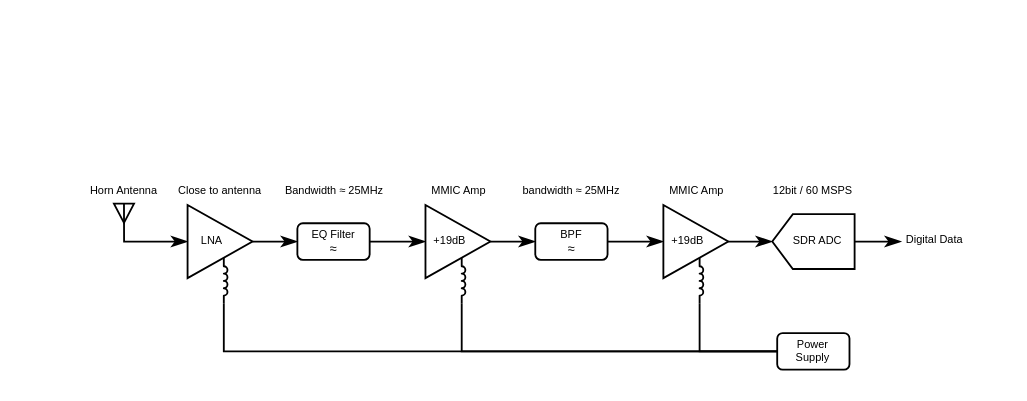
This is diagrams/rf-block-diagram.drawio from frihamnstorget-space-observatory/radio-telescope, a draw.io file, before an edit. Source tidied: cells renumbered, new cells numbered last; positions are measured from the earlier drawing's top-left corner, leaving out a move shared by most shapes. Both pictures are drawn from the tidied source at 183%, with x=0, y=0 at pixel (84, 181).
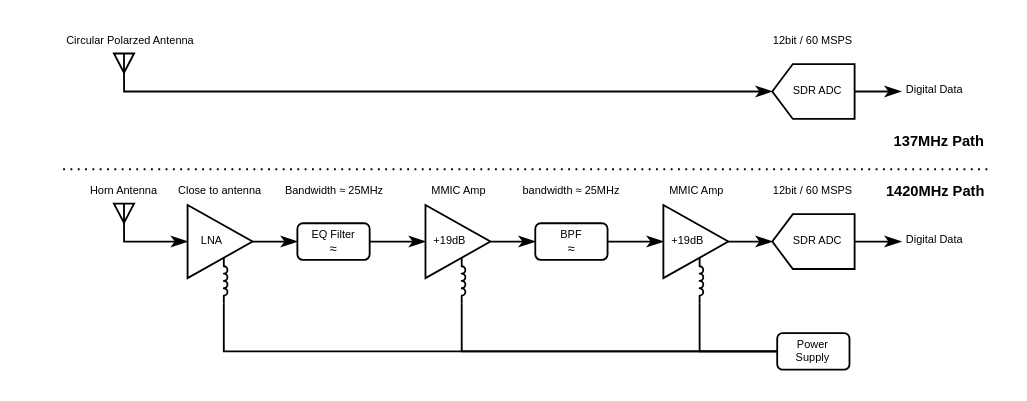
After the change.

Diff of the diagram source:
```diff
@@
+    <mxCell id="31" value="1420MHz Path" style="text;strokeColor=none;fillColor=none;align=center;verticalAlign=middle;whiteSpace=wrap;rounded=0;fontSize=8;fontStyle=1;" parent="1" vertex="1">
+      <mxGeometry x="435.5" width="57.5" height="10" as="geometry" />
+    </mxCell>
+    <mxCell id="32" style="endArrow=none;dashed=1;html=1;dashPattern=1 3;strokeWidth=1;fontSize=8;" parent="1" edge="1">
+      <mxGeometry relative="1" as="geometry">
+        <mxPoint x="-12" y="-7" as="sourcePoint" />
+        <mxPoint x="496" y="-7" as="targetPoint" />
+      </mxGeometry>
+    </mxCell>
+    <mxCell id="33" value="137MHz Path" style="text;strokeColor=none;fillColor=none;align=center;verticalAlign=middle;whiteSpace=wrap;rounded=0;fontSize=8;fontStyle=1;" parent="1" vertex="1">
+      <mxGeometry x="438" y="-27" width="57.5" height="10" as="geometry" />
+    </mxCell>
+    <mxCell id="34" style="triangle;whiteSpace=wrap;html=1;rotation=90;" parent="1" vertex="1">
+      <mxGeometry x="16" y="-70.5" width="10.5" height="11" as="geometry" />
+    </mxCell>
+    <mxCell id="35" value="Circular Polarzed Antenna" style="text;strokeColor=none;fillColor=none;align=center;verticalAlign=middle;whiteSpace=wrap;rounded=0;fontSize=6;" parent="1" vertex="1">
+      <mxGeometry x="-29" y="-82" width="108" height="10" as="geometry" />
+    </mxCell>
+    <mxCell id="36" style="edgeStyle=orthogonalEdgeStyle;rounded=0;jettySize=auto;html=1;exitX=0;exitY=0.5;exitDx=0;exitDy=0;entryX=0.5;entryY=1;entryDx=0;entryDy=0;endArrow=classicThin;endFill=1;" parent="1" edge="1" source="34" target="38">
+      <mxGeometry relative="1" as="geometry">
+        <Array as="points">
+          <mxPoint x="21" y="-50" />
+        </Array>
+      </mxGeometry>
+    </mxCell>
+    <mxCell id="37" style="edgeStyle=orthogonalEdgeStyle;rounded=0;jettySize=auto;html=1;exitX=0.5;exitY=0;exitDx=0;exitDy=0;fontSize=6;fontColor=#000000;endArrow=classicThin;endFill=1;" parent="1" edge="1" source="38">
+      <mxGeometry relative="1" as="geometry">
+        <mxPoint x="446" y="-49.5" as="targetPoint" />
+      </mxGeometry>
+    </mxCell>
+    <mxCell id="38" value="   SDR ADC" style="shape=offPageConnector;fontSize=6;fontColor=#000000;align=center;rotation=90;size=0.25;horizontal=0;textDirection=ltr;flipV=0;labelBorderColor=none;flipH=1;" parent="1" vertex="1">
+      <mxGeometry x="383" y="-72" width="30" height="45" as="geometry" />
+    </mxCell>
+    <mxCell id="39" value="Digital Data" style="text;strokeColor=none;fillColor=none;align=center;verticalAlign=middle;whiteSpace=wrap;rounded=0;fontSize=6;" parent="1" vertex="1">
+      <mxGeometry x="447" y="-55.5" width="34.5" height="10" as="geometry" />
+    </mxCell>
+    <mxCell id="40" value="12bit / 60 MSPS" style="text;strokeColor=none;fillColor=none;align=center;verticalAlign=middle;whiteSpace=wrap;rounded=0;fontSize=6;" parent="1" vertex="1">
+      <mxGeometry x="373" y="-82" width="50" height="10" as="geometry" />
+    </mxCell>
```
